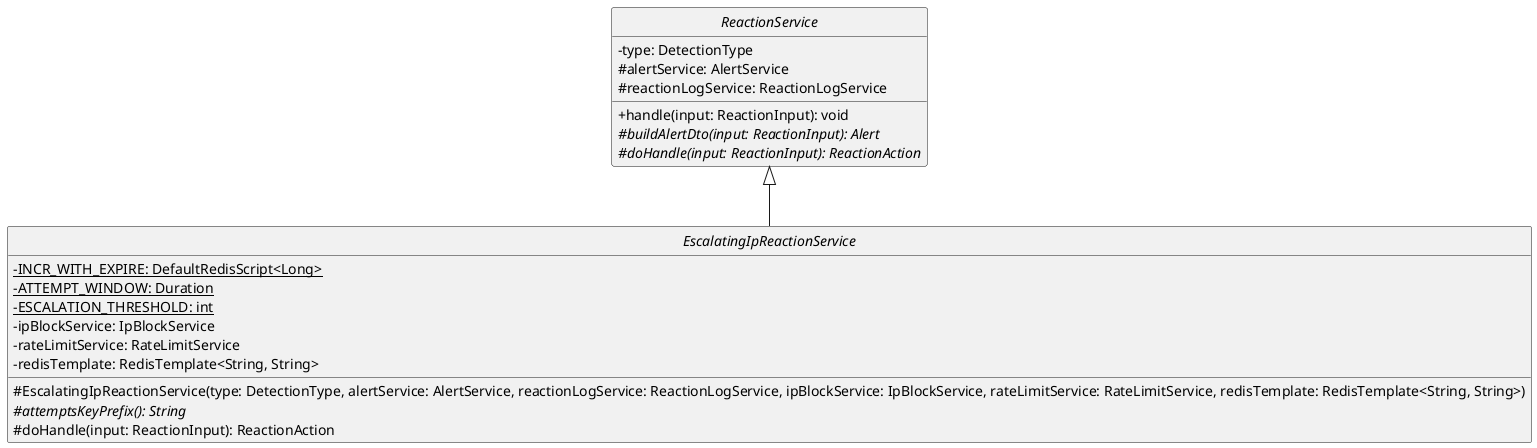
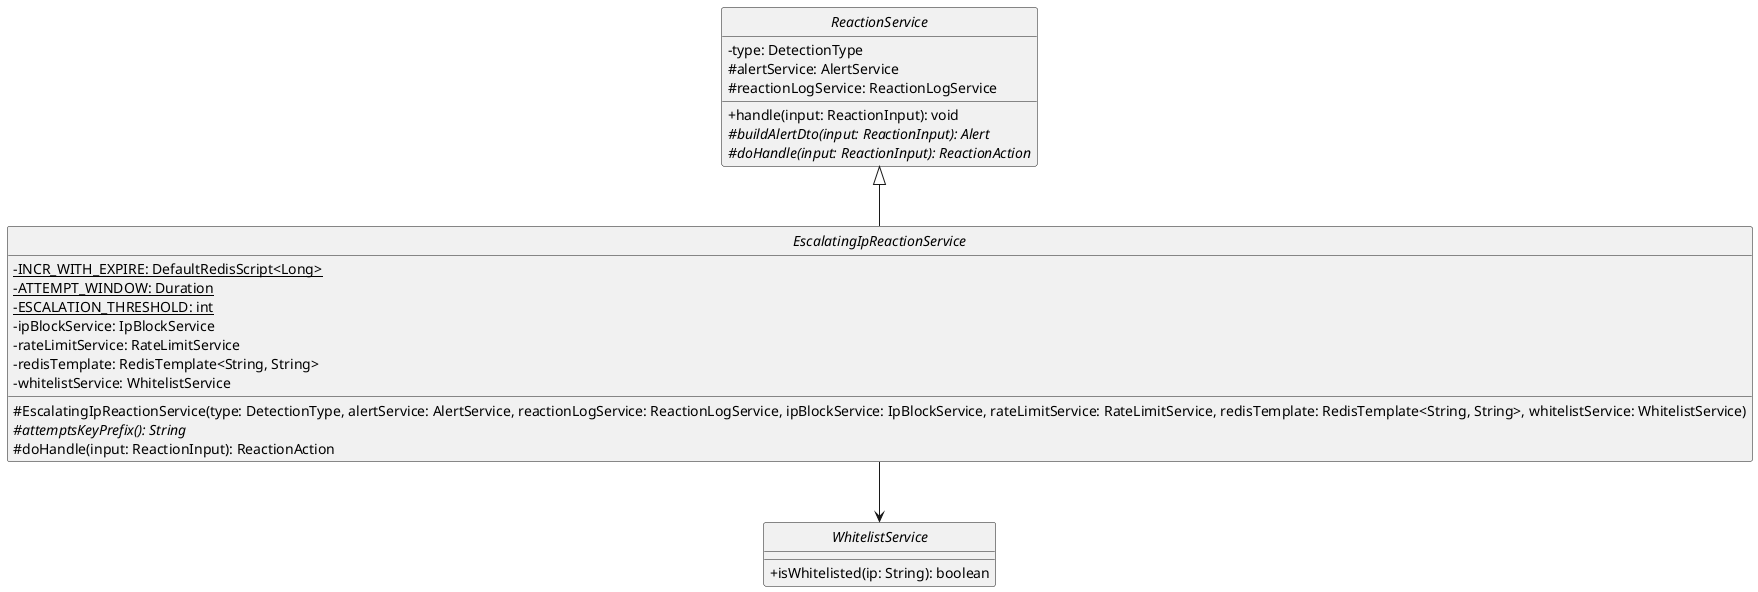
@startuml class-reaction-escalation
hide circle
skinparam classAttributeIconSize 0

abstract class ReactionService {
    - type: DetectionType
    # alertService: AlertService
    # reactionLogService: ReactionLogService

    + handle(input: ReactionInput): void
    # {abstract} buildAlertDto(input: ReactionInput): Alert
    # {abstract} doHandle(input: ReactionInput): ReactionAction
}

abstract class EscalatingIpReactionService {
    - {static} INCR_WITH_EXPIRE: DefaultRedisScript<Long>
    - {static} ATTEMPT_WINDOW: Duration
    - {static} ESCALATION_THRESHOLD: int
    - ipBlockService: IpBlockService
    - rateLimitService: RateLimitService
    - redisTemplate: RedisTemplate<String, String>
+     - whitelistService: WhitelistService

-     # EscalatingIpReactionService(type: DetectionType, alertService: AlertService, reactionLogService: ReactionLogService, ipBlockService: IpBlockService, rateLimitService: RateLimitService, redisTemplate: RedisTemplate<String, String>)
+     # EscalatingIpReactionService(type: DetectionType, alertService: AlertService, reactionLogService: ReactionLogService, ipBlockService: IpBlockService, rateLimitService: RateLimitService, redisTemplate: RedisTemplate<String, String>, whitelistService: WhitelistService)
    # {abstract} attemptsKeyPrefix(): String
    # doHandle(input: ReactionInput): ReactionAction
}

+ interface WhitelistService {
+     + isWhitelisted(ip: String): boolean
+ }
+ 
ReactionService <|-- EscalatingIpReactionService
+ EscalatingIpReactionService --> WhitelistService

' Explanations:
' INCR_WITH_EXPIRE: Static Redis Lua script to increment attempts and set an expiration window atomically on the first count.
' ATTEMPT_WINDOW: Time window (10 minutes) during which malicious activity triggers escalation blocks.
' ESCALATION_THRESHOLD: Maximum attempts allowed (3) before escalating a rate-limit action to an IP block.
' ipBlockService / rateLimitService: Concrete action executors interacting with Redis IP tables.
+ ' whitelistService: Checked first via HTTP call to the simulation service; a hit short-circuits straight to WHITELISTED, skipping the attempt counter.
' attemptsKeyPrefix(): Abstract method subclass hooks (e.g. brute:attempts: or ddos:attempts:) to namespaces.
- ' doHandle(): Implements the stateful counter logic and executes firewalls/rate-limit blocks based on thresholds.
+ ' doHandle(): Checks the whitelist, then implements the stateful counter logic and executes firewalls/rate-limit blocks based on thresholds.

@enduml
